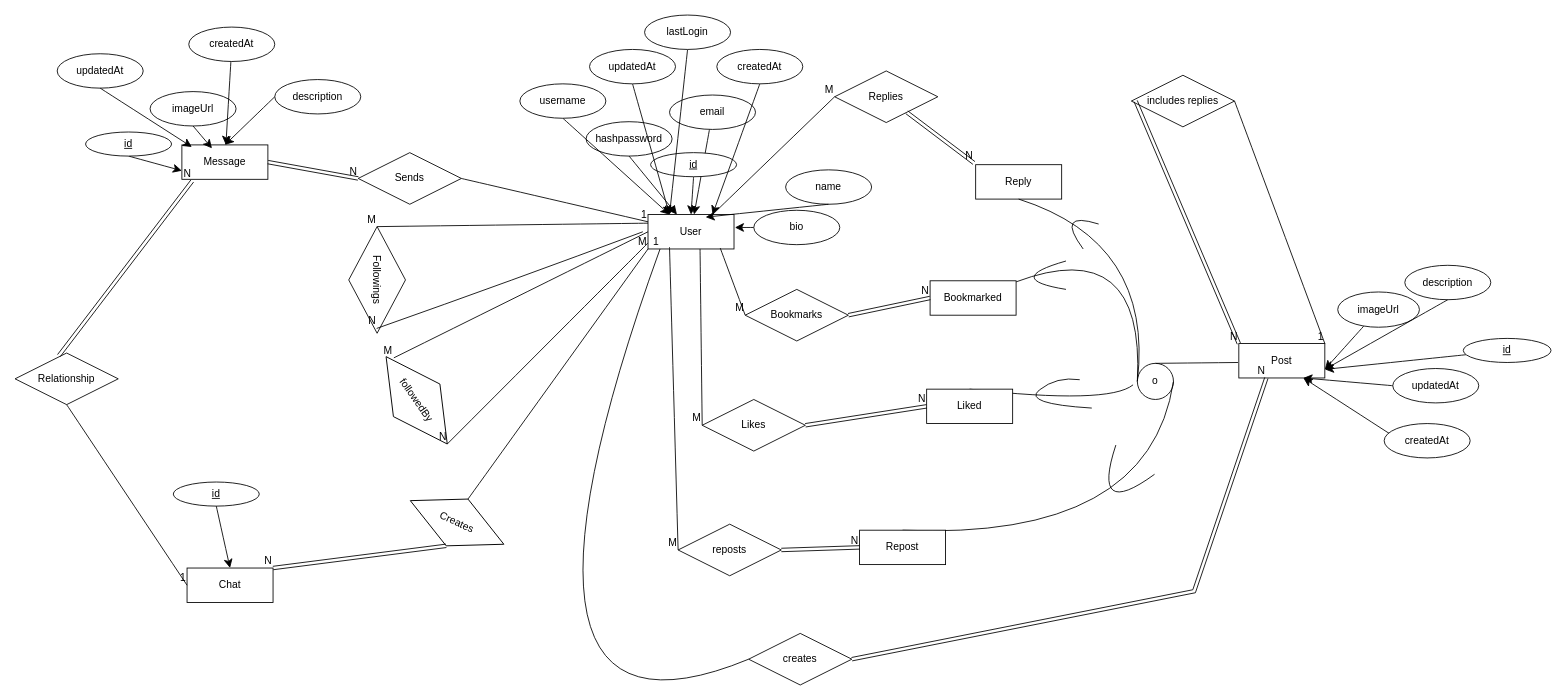
Above: client/Untitled Diagram.drawio in codingcreedd/XCloneTOP (draw.io), before the change. Source tidied: cells renumbered, new cells numbered last; positions are measured from the earlier drawing's top-left corner, leaving out a move shared by most shapes. Both pictures are drawn from the tidied source at 86%, with x=0, y=0 at pixel (15, 15).
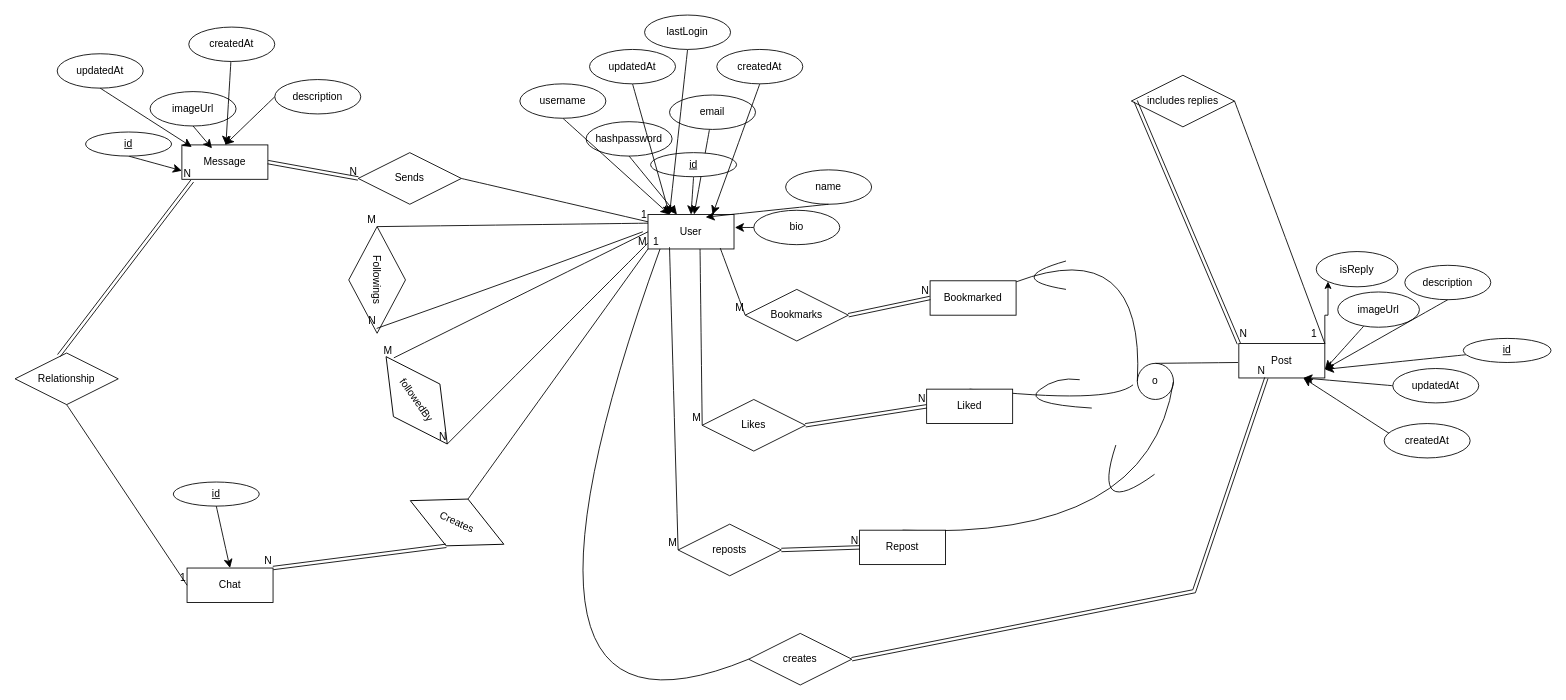
After the change.

The change refers to these unchanged cells:
```xml
<mxCell id="2" value="User" style="whiteSpace=wrap;html=1;align=center;" parent="1" vertex="1">
  <mxGeometry x="736" y="232" width="100" height="40" as="geometry" />
</mxCell>
<mxCell id="5" value="Post" style="whiteSpace=wrap;html=1;align=center;" parent="1" vertex="1">
  <mxGeometry x="1423" y="382" width="100" height="40" as="geometry" />
</mxCell>
<mxCell id="59" value="o" style="ellipse;whiteSpace=wrap;html=1;align=center;" parent="1" vertex="1">
  <mxGeometry x="1305" y="405" width="42" height="42" as="geometry" />
</mxCell>
<mxCell id="73" style="shape=link;html=1;rounded=0;fontSize=12;startSize=8;endSize=8;curved=1;entryX=0;entryY=0;entryDx=0;entryDy=0;exitX=0.5;exitY=1;exitDx=0;exitDy=0;" parent="1" edge="1" target="5">
  <mxGeometry relative="1" as="geometry">
    <mxPoint x="1303" y="100" as="sourcePoint" />
  </mxGeometry>
</mxCell>
<mxCell id="75" style="endArrow=none;html=1;rounded=0;fontSize=12;startSize=8;endSize=8;curved=1;exitX=1;exitY=0.5;exitDx=0;exitDy=0;entryX=1;entryY=0;entryDx=0;entryDy=0;" parent="1" edge="1" source="34" target="5">
  <mxGeometry relative="1" as="geometry" />
</mxCell>
```

Diff of the diagram source:
```diff
@@
+    <mxCell id="115" style="edgeStyle=orthogonalEdgeStyle;rounded=0;jettySize=auto;html=1;exitX=1;exitY=0;exitDx=0;exitDy=0;entryX=0;entryY=1;entryDx=0;entryDy=0;" parent="1" edge="1" source="5" target="116">
+      <mxGeometry relative="1" as="geometry" />
+    </mxCell>
@@
-    <mxCell id="32" value="Replies" style="shape=rhombus;perimeter=rhombusPerimeter;whiteSpace=wrap;html=1;align=center;" parent="1" vertex="1">
-      <mxGeometry x="953" y="65" width="120" height="60" as="geometry" />
-    </mxCell>
@@
-    <mxCell id="62" style="endArrow=none;html=1;rounded=0;fontSize=12;startSize=8;endSize=8;curved=1;" parent="1" edge="1">
-      <mxGeometry relative="1" as="geometry">
-        <mxPoint x="1260" y="243" as="sourcePoint" />
-        <mxPoint x="1242" y="272" as="targetPoint" />
-        <Array as="points">
-          <mxPoint x="1209" y="227" />
-        </Array>
-      </mxGeometry>
-    </mxCell>
@@
-    <mxCell id="70" value="Reply" style="whiteSpace=wrap;html=1;align=center;" parent="1" vertex="1">
-      <mxGeometry x="1117" y="174" width="100" height="40" as="geometry" />
-    </mxCell>
-    <mxCell id="71" style="endArrow=none;html=1;rounded=0;fontSize=12;startSize=8;endSize=8;curved=1;entryX=0;entryY=0.5;entryDx=0;entryDy=0;exitX=0.5;exitY=1;exitDx=0;exitDy=0;" parent="1" edge="1" source="70" target="59">
-      <mxGeometry relative="1" as="geometry">
-        <Array as="points">
-          <mxPoint x="1324" y="264" />
-        </Array>
-      </mxGeometry>
-    </mxCell>
@@
     <mxCell id="74" value="N" style="html=1;whiteSpace=wrap;align=right;verticalAlign=bottom;" parent="73" vertex="1">
-      <mxGeometry x="1" relative="1" as="geometry" />
+      <mxGeometry x="1" relative="1" as="geometry">
+        <mxPoint x="11" y="-3" as="offset" />
+      </mxGeometry>
     </mxCell>
@@
     <mxCell id="76" value="1" style="html=1;whiteSpace=wrap;align=right;verticalAlign=bottom;" parent="75" vertex="1">
-      <mxGeometry x="1" relative="1" as="geometry" />
+      <mxGeometry x="1" relative="1" as="geometry">
+        <mxPoint x="-8" y="-3" as="offset" />
+      </mxGeometry>
     </mxCell>
@@
-    <mxCell id="92" style="shape=link;html=1;rounded=0;fontSize=12;startSize=8;endSize=8;curved=1;" parent="1" edge="1" source="32">
-      <mxGeometry relative="1" as="geometry">
-        <mxPoint x="1115" y="172" as="targetPoint" />
-      </mxGeometry>
-    </mxCell>
-    <mxCell id="93" value="N" style="html=1;whiteSpace=wrap;align=right;verticalAlign=bottom;" parent="92" vertex="1">
-      <mxGeometry x="1" relative="1" as="geometry" />
-    </mxCell>
-    <mxCell id="94" style="endArrow=none;html=1;rounded=0;fontSize=12;startSize=8;endSize=8;curved=1;exitX=0.75;exitY=0;exitDx=0;exitDy=0;entryX=0;entryY=0.5;entryDx=0;entryDy=0;" parent="1" edge="1" source="2" target="32">
-      <mxGeometry relative="1" as="geometry" />
-    </mxCell>
-    <mxCell id="95" value="M" style="html=1;whiteSpace=wrap;align=right;verticalAlign=bottom;" parent="94" vertex="1">
-      <mxGeometry x="1" relative="1" as="geometry" />
-    </mxCell>
@@
+    <mxCell id="116" value="isReply" style="ellipse;whiteSpace=wrap;html=1;align=center;" parent="1" vertex="1">
+      <mxGeometry x="1513" y="275" width="95" height="41" as="geometry" />
+    </mxCell>
```
